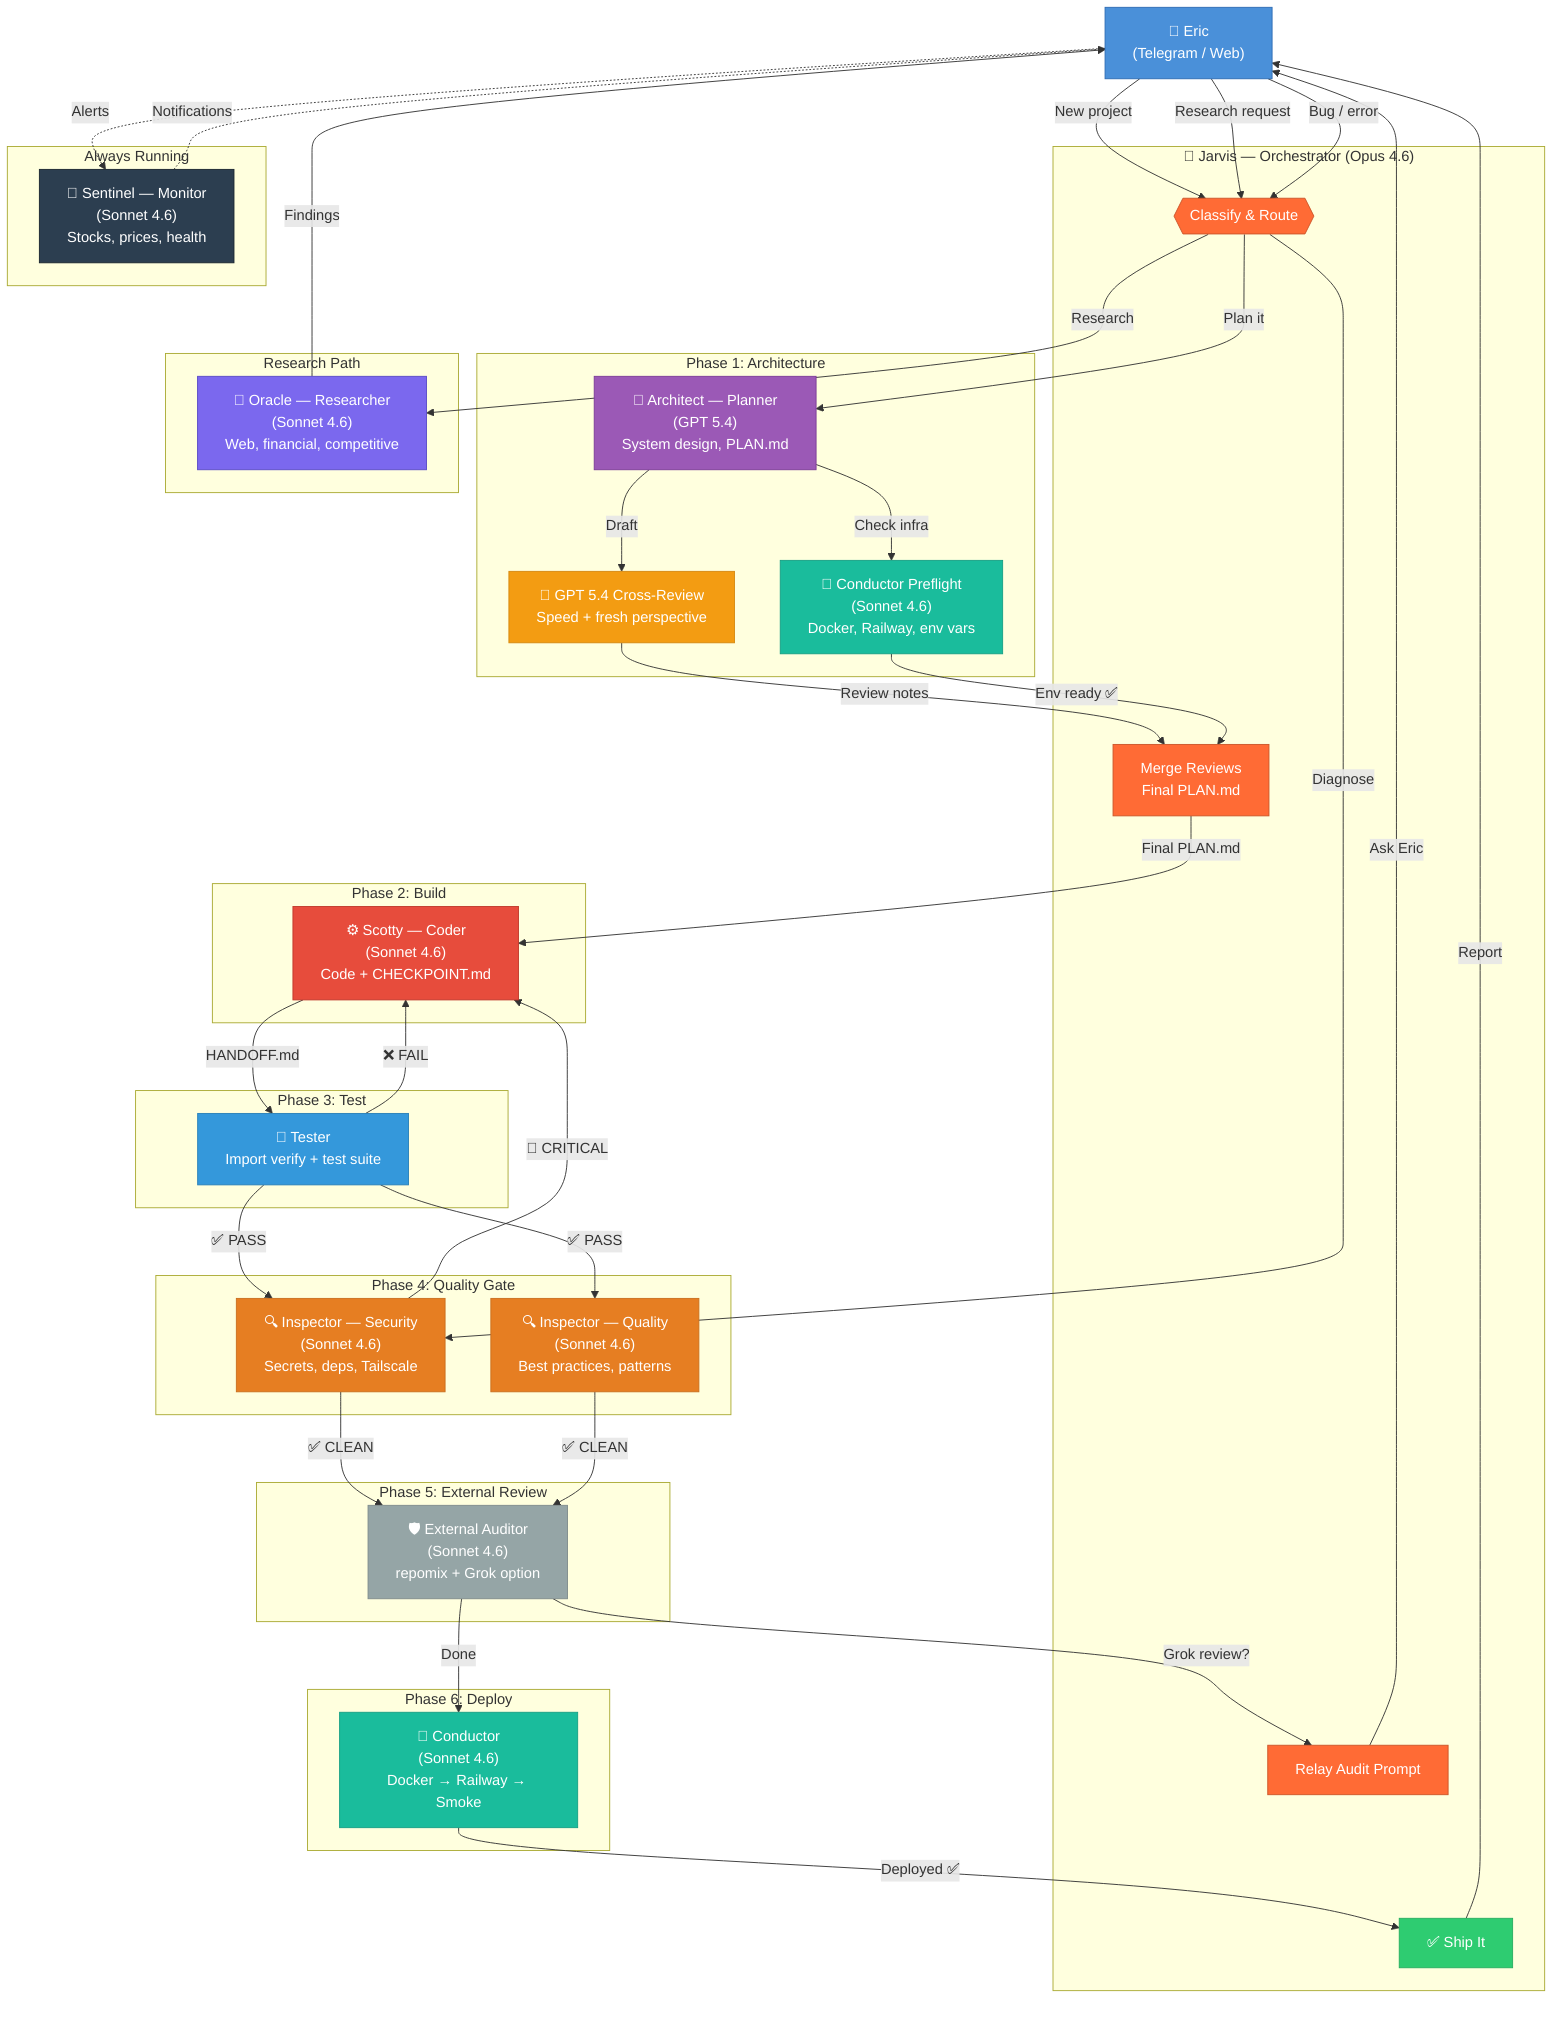
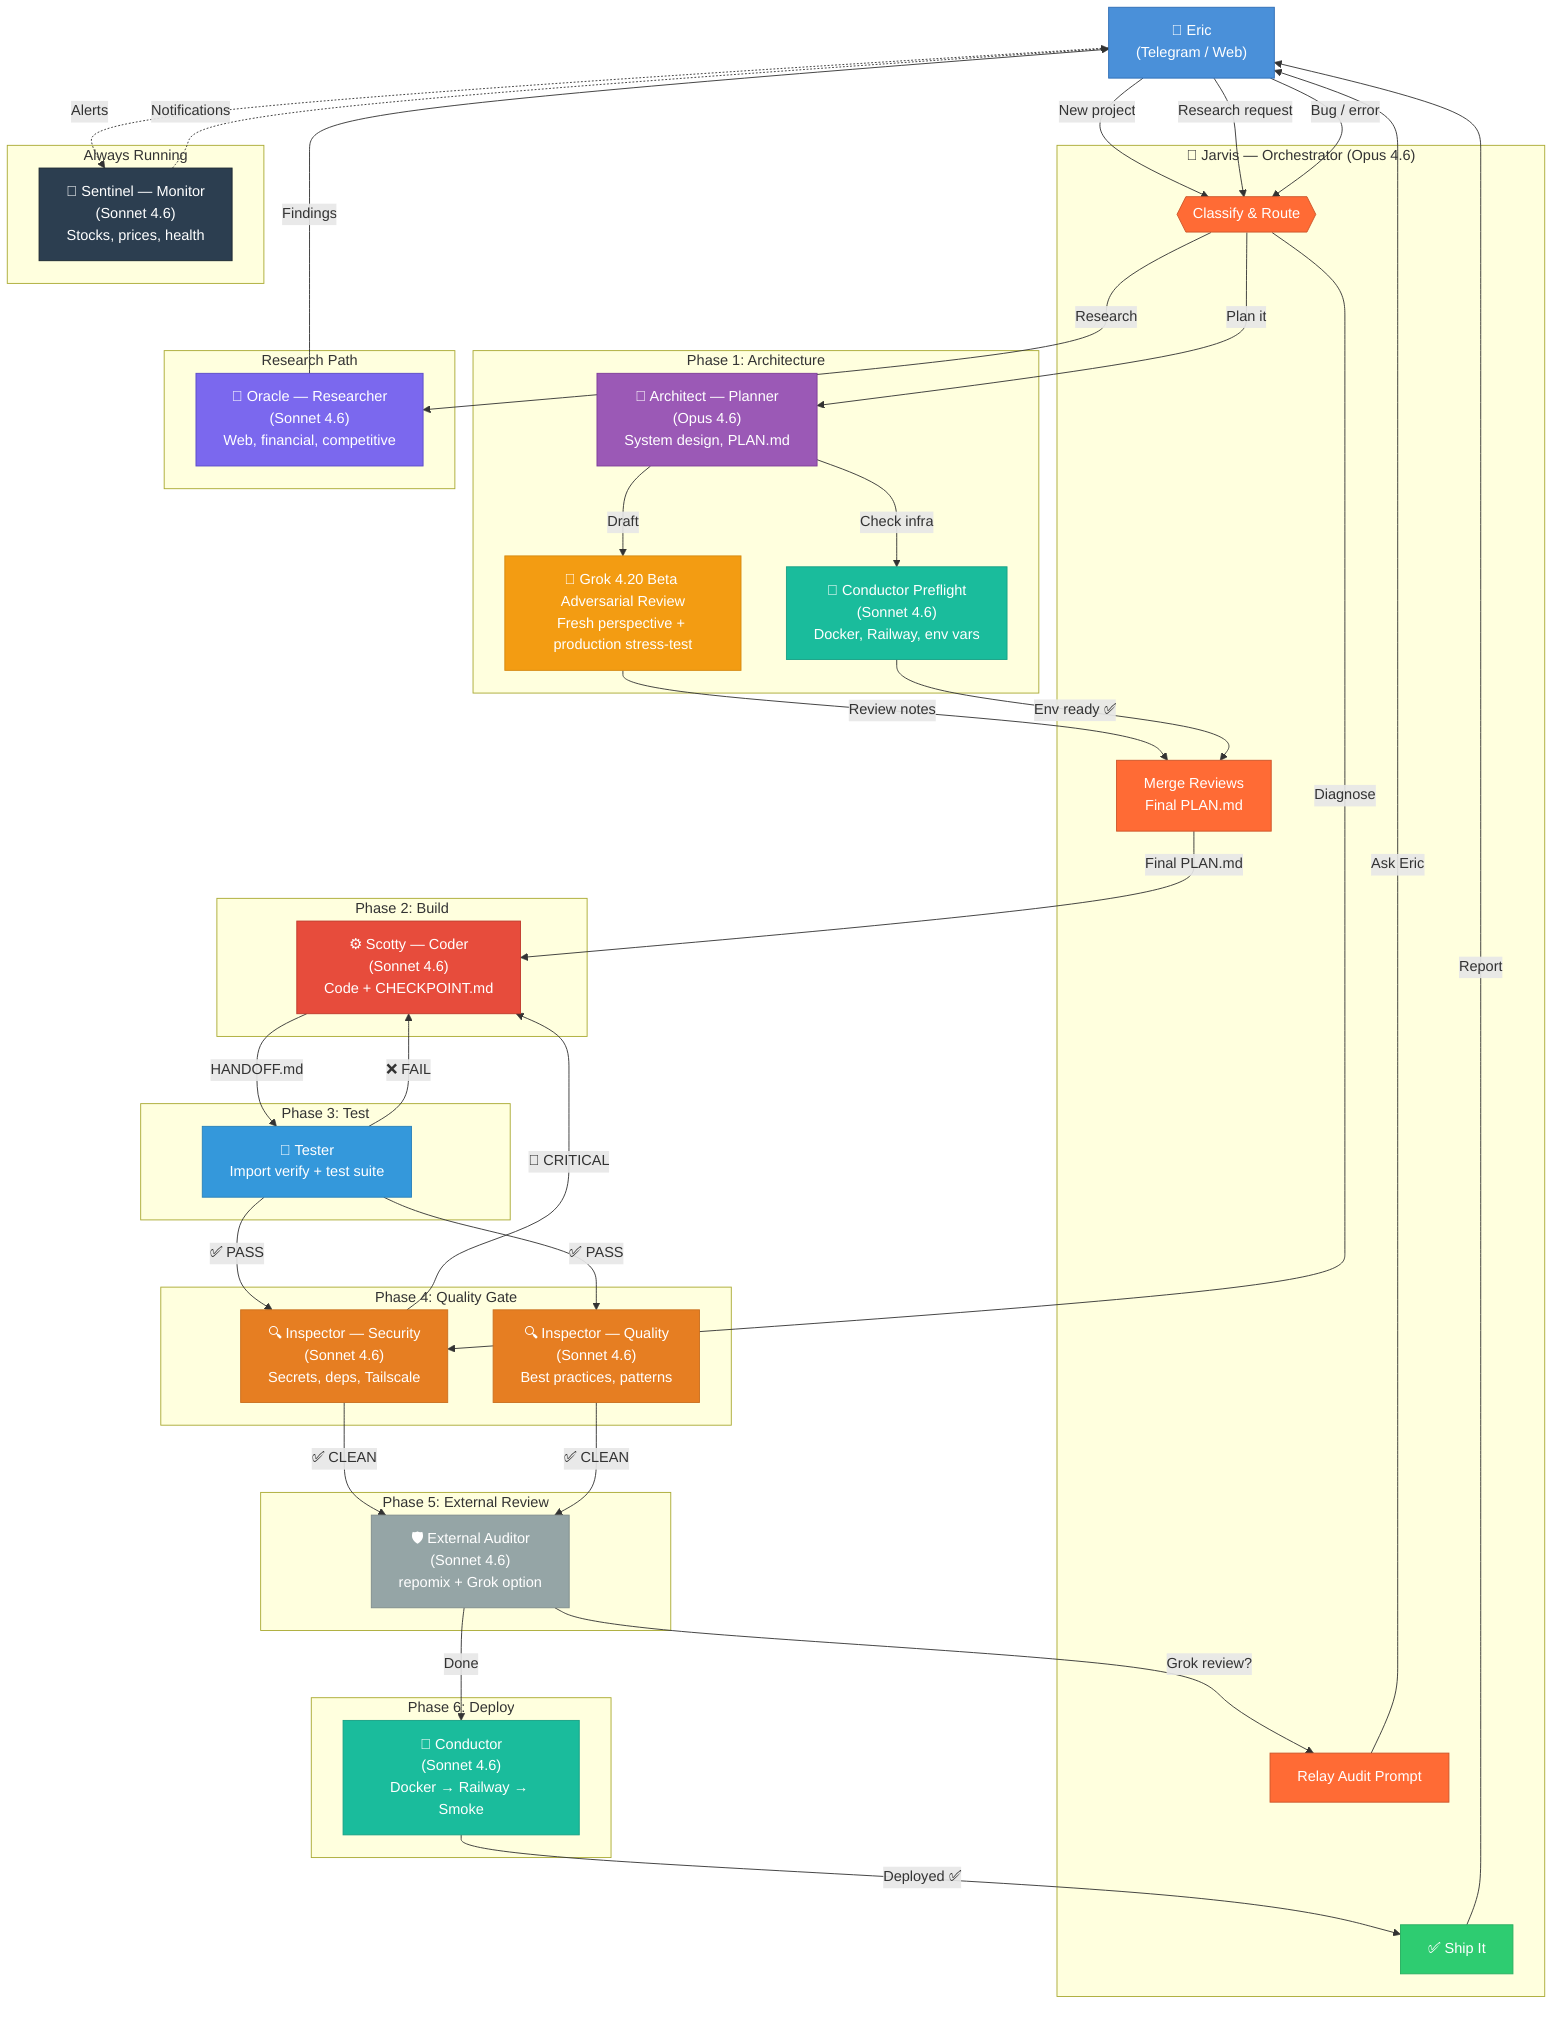
flowchart TD
    Eric["👤 Eric<br/>(Telegram / Web)"]

    subgraph Orchestrator["🤖 Jarvis — Orchestrator (Opus 4.6)"]
        J_route{{"Classify & Route"}}
        J_merge["Merge Reviews<br/>Final PLAN.md"]
        J_relay["Relay Audit Prompt"]
        J_done["✅ Ship It"]
    end

    subgraph Planning["Phase 1: Architecture"]
-         P["📐 Architect — Planner<br/>(GPT 5.4)<br/>System design, PLAN.md"]
-         GPT["🧠 GPT 5.4 Cross-Review<br/>Speed + fresh perspective"]
+         P["📐 Architect — Planner<br/>(Opus 4.6)<br/>System design, PLAN.md"]
+         GPT["🧠 Grok 4.20 Beta Adversarial Review<br/>Fresh perspective + production stress-test"]
        COND_PRE["🚂 Conductor Preflight<br/>(Sonnet 4.6)<br/>Docker, Railway, env vars"]
    end

    subgraph Implementation["Phase 2: Build"]
        C["⚙️ Scotty — Coder<br/>(Sonnet 4.6)<br/>Code + CHECKPOINT.md"]
    end

    subgraph Testing["Phase 3: Test"]
        T["🧪 Tester<br/>Import verify + test suite"]
    end

    subgraph QualityGate["Phase 4: Quality Gate"]
        Q_SEC["🔍 Inspector — Security<br/>(Sonnet 4.6)<br/>Secrets, deps, Tailscale"]
        Q_CODE["🔍 Inspector — Quality<br/>(Sonnet 4.6)<br/>Best practices, patterns"]
    end

    subgraph Audit["Phase 5: External Review"]
        A["🛡️ External Auditor<br/>(Sonnet 4.6)<br/>repomix + Grok option"]
    end

    subgraph Deploy["Phase 6: Deploy"]
        COND["🚂 Conductor<br/>(Sonnet 4.6)<br/>Docker → Railway → Smoke"]
    end

    subgraph Research["Research Path"]
        R["🔬 Oracle — Researcher<br/>(Sonnet 4.6)<br/>Web, financial, competitive"]
    end

    subgraph Background["Always Running"]
        M["📡 Sentinel — Monitor<br/>(Sonnet 4.6)<br/>Stocks, prices, health"]
    end

    %% Main code flow
    Eric -->|"New project"| J_route
    J_route -->|"Plan it"| P
    P -->|"Draft"| GPT
    P -->|"Check infra"| COND_PRE
    GPT -->|"Review notes"| J_merge
    COND_PRE -->|"Env ready ✅"| J_merge
    J_merge -->|"Final PLAN.md"| C
    C -->|"HANDOFF.md"| T
    T -->|"❌ FAIL"| C
    T -->|"✅ PASS"| Q_SEC
    T -->|"✅ PASS"| Q_CODE
    Q_SEC -->|"🔴 CRITICAL"| C
    Q_SEC -->|"✅ CLEAN"| A
    Q_CODE -->|"✅ CLEAN"| A
    A -->|"Grok review?"| J_relay
    J_relay -->|"Ask Eric"| Eric
    A -->|"Done"| COND
    COND -->|"Deployed ✅"| J_done
    J_done -->|"Report"| Eric

    %% Research flow
    Eric -->|"Research request"| J_route
    J_route -->|"Research"| R
    R -->|"Findings"| Eric

    %% Error flow
    Eric -->|"Bug / error"| J_route
    J_route -->|"Diagnose"| Q_SEC

    %% Monitor
    Eric -.->|"Alerts"| M
    M -.->|"Notifications"| Eric

    %% Styling
    style Eric fill:#4a90d9,color:#fff,stroke:#2d6cb4
    style J_route fill:#ff6b35,color:#fff,stroke:#cc5529
    style J_merge fill:#ff6b35,color:#fff,stroke:#cc5529
    style J_relay fill:#ff6b35,color:#fff,stroke:#cc5529
    style J_done fill:#2ecc71,color:#fff,stroke:#27ae60
    style P fill:#9b59b6,color:#fff,stroke:#7d3c98
    style GPT fill:#f39c12,color:#fff,stroke:#d68910
    style COND_PRE fill:#1abc9c,color:#fff,stroke:#16a085
    style C fill:#e74c3c,color:#fff,stroke:#c0392b
    style T fill:#3498db,color:#fff,stroke:#2980b9
    style Q_SEC fill:#e67e22,color:#fff,stroke:#ca6f1e
    style Q_CODE fill:#e67e22,color:#fff,stroke:#ca6f1e
    style A fill:#95a5a6,color:#fff,stroke:#7f8c8d
    style COND fill:#1abc9c,color:#fff,stroke:#16a085
    style M fill:#2c3e50,color:#fff,stroke:#1a252f
    style R fill:#7b68ee,color:#fff,stroke:#5a4bc7
